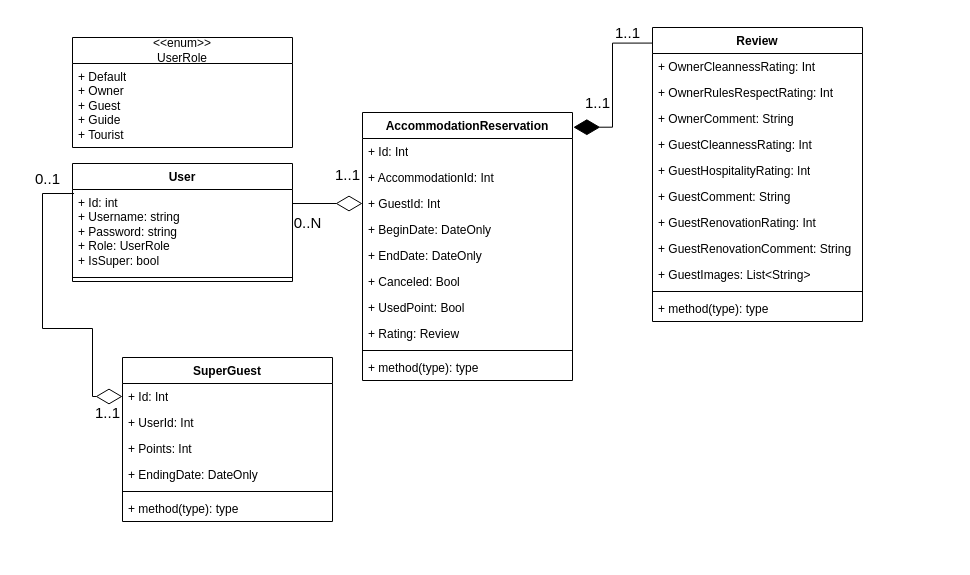
Above: Diagrams/Class Diagrams/GuestClassDiagram.drawio in kzi-nastava/sims-ra-2024-group-3-team-a (draw.io), before the change. Source tidied: cells renumbered, new cells numbered last; positions are measured from the earlier drawing's top-left corner, leaving out a move shared by most shapes. Both pictures are drawn from the tidied source at 100%, with x=0, y=0 at pixel (22, 17).
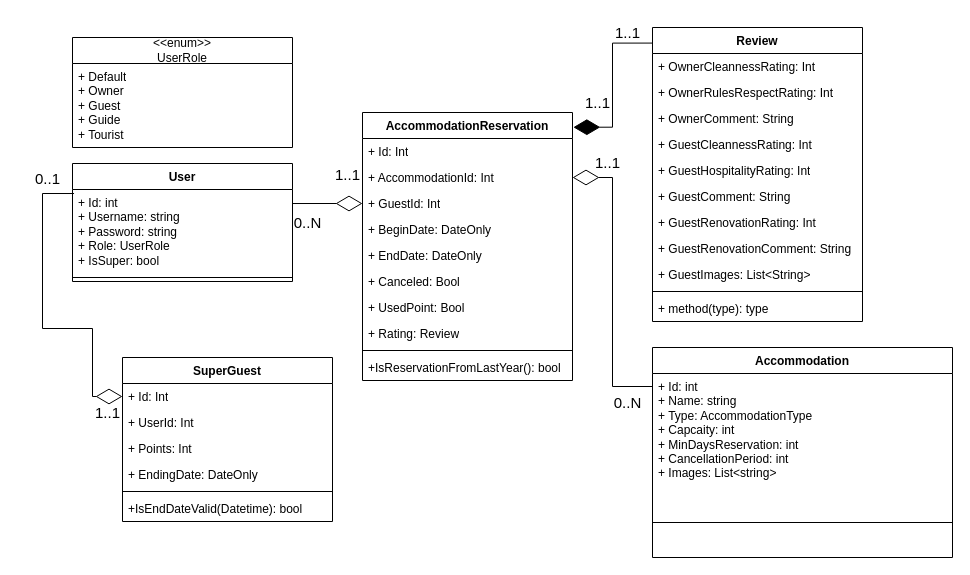
Above is the later version.

The change refers to these unchanged cells:
```xml
<mxCell id="2" value="AccommodationReservation&lt;div&gt;&lt;br&gt;&lt;/div&gt;" style="swimlane;fontStyle=1;align=center;verticalAlign=top;horizontal=1;startSize=26;whiteSpace=wrap;html=1;" parent="1" vertex="1">
  <mxGeometry x="340" y="95" width="210" height="268" as="geometry" />
</mxCell>
<mxCell id="4" value="+ AccommodationId: Int" style="text;strokeColor=none;fillColor=none;align=left;verticalAlign=top;spacingLeft=4;spacingRight=4;overflow=hidden;points=[[0,0.5],[1,0.5]];portConstraint=eastwest;whiteSpace=wrap;html=1;" parent="2" vertex="1">
  <mxGeometry y="52" width="210" height="26" as="geometry" />
</mxCell>
<mxCell id="36" value="&lt;div&gt;SuperGuest&lt;/div&gt;" style="swimlane;fontStyle=1;align=center;verticalAlign=top;horizontal=1;startSize=26;whiteSpace=wrap;html=1;" parent="1" vertex="1">
  <mxGeometry x="100" y="340" width="210" height="164" as="geometry" />
</mxCell>
```

The edit, as a diff of the source:
```diff
@@
-    <mxCell id="12" value="+ method(type): type" style="text;strokeColor=none;fillColor=none;align=left;verticalAlign=top;spacingLeft=4;spacingRight=4;overflow=hidden;whiteSpace=wrap;html=1;" parent="2" vertex="1">
-      <mxGeometry y="242" width="210" height="26" as="geometry" />
-    </mxCell>
+    <mxCell id="46" value="+IsReservationFromLastYear(): bool" style="text;strokeColor=none;fillColor=none;align=left;verticalAlign=top;spacingLeft=4;spacingRight=4;overflow=hidden;whiteSpace=wrap;html=1;glass=0;" parent="2" vertex="1">
+      <mxGeometry y="242" width="210" height="26" as="geometry" />
+    </mxCell>
@@
-    <mxCell id="42" value="+ method(type): type" style="text;strokeColor=none;fillColor=none;align=left;verticalAlign=top;spacingLeft=4;spacingRight=4;overflow=hidden;whiteSpace=wrap;html=1;" parent="36" vertex="1">
+    <mxCell id="42" value="+IsEndDateValid(Datetime): bool" style="text;strokeColor=none;fillColor=none;align=left;verticalAlign=top;spacingLeft=4;spacingRight=4;overflow=hidden;whiteSpace=wrap;html=1;" parent="36" vertex="1">
       <mxGeometry y="138" width="210" height="26" as="geometry" />
     </mxCell>
@@
+    <mxCell id="47" value="Accommodation" style="swimlane;fontStyle=1;align=center;verticalAlign=top;horizontal=1;startSize=26;whiteSpace=wrap;html=1;" parent="1" vertex="1">
+      <mxGeometry x="630" y="330" width="300" height="210" as="geometry" />
+    </mxCell>
+    <mxCell id="48" value="+ Id: int&lt;div&gt;+ Name: string&lt;/div&gt;&lt;div&gt;+ Type: AccommodationType&lt;/div&gt;&lt;div&gt;+ Capcaity: int&lt;/div&gt;&lt;div&gt;+ MinDaysReservation: int&lt;/div&gt;&lt;div&gt;+ CancellationPeriod: int&lt;/div&gt;&lt;div&gt;+ Images: List&amp;lt;string&amp;gt;&lt;/div&gt;" style="text;strokeColor=none;fillColor=none;align=left;verticalAlign=top;spacingLeft=4;spacingRight=4;overflow=hidden;points=[[0,0.5],[1,0.5]];portConstraint=eastwest;whiteSpace=wrap;html=1;" parent="47" vertex="1">
+      <mxGeometry y="26" width="300" height="114" as="geometry" />
+    </mxCell>
+    <mxCell id="49" style="line;strokeWidth=1;fillColor=none;align=left;verticalAlign=middle;spacingTop=-1;spacingLeft=3;spacingRight=3;labelPosition=right;strokeColor=inherit;" parent="47" vertex="1">
+      <mxGeometry y="140" width="300" height="70" as="geometry" />
+    </mxCell>
+    <mxCell id="50" style="endArrow=diamondThin;endFill=0;endSize=24;html=1;rounded=0;edgeStyle=orthogonalEdgeStyle;exitX=0;exitY=0.114;exitDx=0;exitDy=0;exitPerimeter=0;" parent="1" edge="1" source="48" target="4">
+      <mxGeometry relative="1" as="geometry" />
+    </mxCell>
+    <mxCell id="51" value="&lt;font style=&quot;font-size: 15px;&quot;&gt;0..N&lt;/font&gt;" style="text;html=1;align=center;verticalAlign=middle;strokeColor=none;fillColor=none;" parent="1" vertex="1">
+      <mxGeometry x="580" y="370" width="50" height="30" as="geometry" />
+    </mxCell>
+    <mxCell id="52" value="&lt;font style=&quot;font-size: 15px;&quot;&gt;1..1&lt;/font&gt;" style="text;html=1;align=center;verticalAlign=middle;strokeColor=none;fillColor=none;" parent="1" vertex="1">
+      <mxGeometry x="560" y="130" width="50" height="30" as="geometry" />
+    </mxCell>
```
